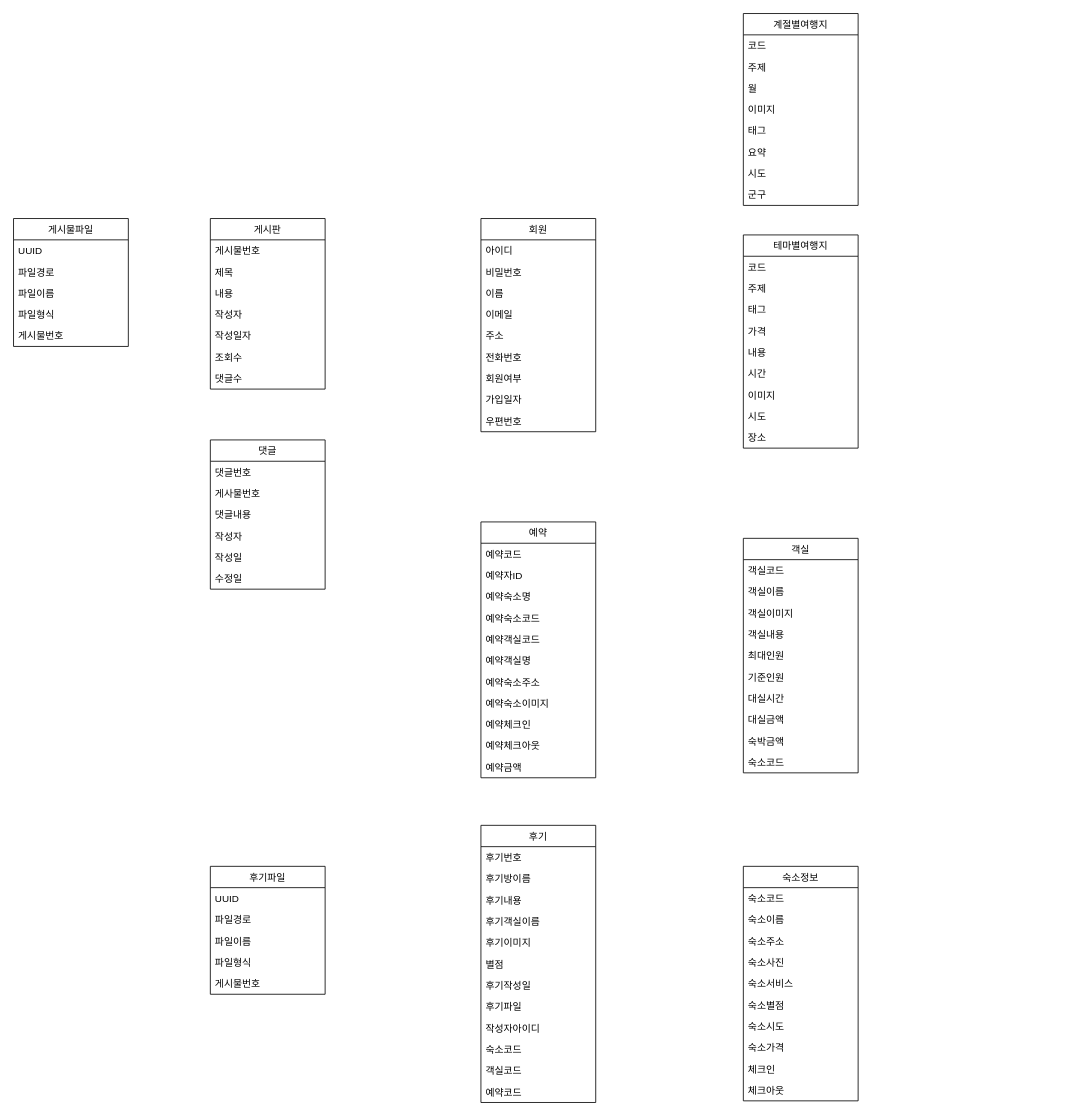
Above: Untitled Diagram111.drawio in ksoyoun02/Biz_2021_01_403_java (draw.io), before the change. Source tidied: cells renumbered, new cells numbered last; positions are measured from the earlier drawing's top-left corner, leaving out a move shared by most shapes. Both pictures are drawn from the tidied source at 82%, with x=0, y=0 at pixel (13, 13).
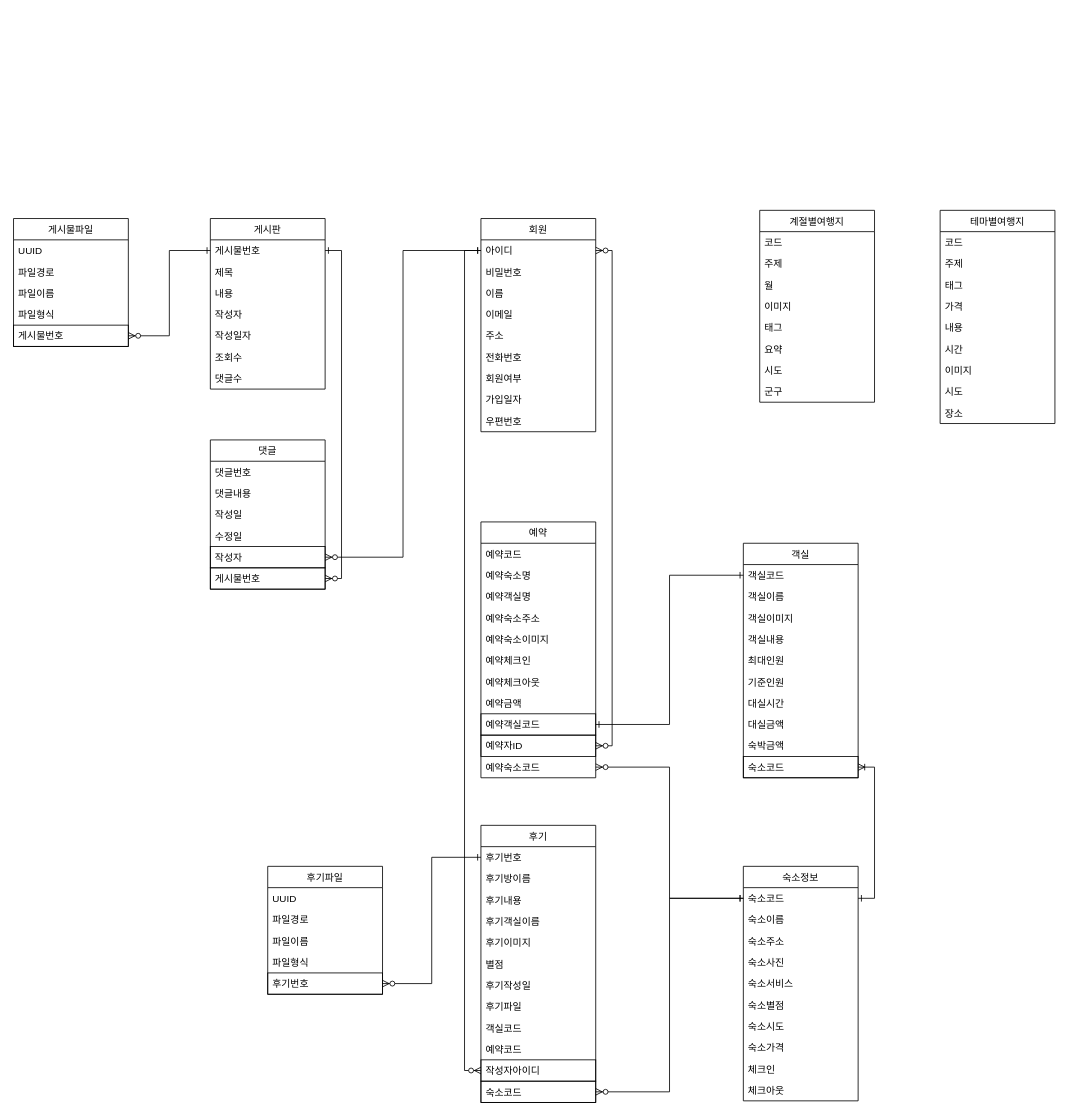
After the change.

Unchanged cells that the change refers to:
```xml
<mxCell id="3" value="아이디" style="text;strokeColor=none;fillColor=none;align=left;verticalAlign=top;spacingLeft=4;spacingRight=4;overflow=hidden;points=[[0,0.5],[1,0.5]];portConstraint=eastwest;" parent="2" vertex="1">
  <mxGeometry y="26" width="140" height="26" as="geometry" />
</mxCell>
<mxCell id="12" value="예약" style="swimlane;fontStyle=0;horizontal=1;startSize=26;" parent="1" vertex="1">
  <mxGeometry x="570" y="620" width="140" height="312" as="geometry" />
</mxCell>
<mxCell id="24" value="후기" style="swimlane;fontStyle=0;horizontal=1;startSize=26;" parent="1" vertex="1">
  <mxGeometry x="570" y="990" width="140" height="338" as="geometry" />
</mxCell>
<mxCell id="25" value="후기번호" style="text;strokeColor=none;fillColor=none;align=left;verticalAlign=top;spacingLeft=4;spacingRight=4;overflow=hidden;points=[[0,0.5],[1,0.5]];portConstraint=eastwest;" parent="24" vertex="1">
  <mxGeometry y="26" width="140" height="26" as="geometry" />
</mxCell>
<mxCell id="38" value="게시물번호" style="text;strokeColor=none;fillColor=none;align=left;verticalAlign=top;spacingLeft=4;spacingRight=4;overflow=hidden;points=[[0,0.5],[1,0.5]];portConstraint=eastwest;" parent="37" vertex="1">
  <mxGeometry y="26" width="140" height="26" as="geometry" />
</mxCell>
<mxCell id="45" value="댓글" style="swimlane;fontStyle=0;horizontal=1;startSize=26;" parent="1" vertex="1">
  <mxGeometry x="240" y="520" width="140" height="182" as="geometry" />
</mxCell>
<mxCell id="52" value="게시물파일" style="swimlane;fontStyle=0;horizontal=1;startSize=26;" parent="1" vertex="1">
  <mxGeometry y="250" width="140" height="156" as="geometry" />
</mxCell>
<mxCell id="59" value="숙소코드" style="text;strokeColor=none;fillColor=none;align=left;verticalAlign=top;spacingLeft=4;spacingRight=4;overflow=hidden;points=[[0,0.5],[1,0.5]];portConstraint=eastwest;" parent="58" vertex="1">
  <mxGeometry y="26" width="140" height="26" as="geometry" />
</mxCell>
<mxCell id="70" value="객실코드" style="text;strokeColor=none;fillColor=none;align=left;verticalAlign=top;spacingLeft=4;spacingRight=4;overflow=hidden;points=[[0,0.5],[1,0.5]];portConstraint=eastwest;" parent="69" vertex="1">
  <mxGeometry y="26" width="140" height="26" as="geometry" />
</mxCell>
```

The edit, as a diff of the source:
```diff
@@
-    <mxCell id="14" value="예약자ID" style="text;strokeColor=none;fillColor=none;align=left;verticalAlign=top;spacingLeft=4;spacingRight=4;overflow=hidden;points=[[0,0.5],[1,0.5]];portConstraint=eastwest;" parent="12" vertex="1">
-      <mxGeometry y="52" width="140" height="26" as="geometry" />
-    </mxCell>
     <mxCell id="15" value="예약숙소명" style="text;strokeColor=none;fillColor=none;align=left;verticalAlign=top;spacingLeft=4;spacingRight=4;overflow=hidden;" parent="12" vertex="1">
-      <mxGeometry y="78" width="140" height="26" as="geometry" />
+      <mxGeometry y="52" width="140" height="26" as="geometry" />
     </mxCell>
-    <mxCell id="16" value="예약숙소코드" style="text;strokeColor=none;fillColor=none;align=left;verticalAlign=top;spacingLeft=4;spacingRight=4;overflow=hidden;points=[[0,0.5],[1,0.5]];portConstraint=eastwest;" parent="12" vertex="1">
-      <mxGeometry y="104" width="140" height="26" as="geometry" />
-    </mxCell>
-    <mxCell id="17" value="예약객실코드" style="text;strokeColor=none;fillColor=none;align=left;verticalAlign=top;spacingLeft=4;spacingRight=4;overflow=hidden;points=[[0,0.5],[1,0.5]];portConstraint=eastwest;" parent="12" vertex="1">
-      <mxGeometry y="130" width="140" height="26" as="geometry" />
-    </mxCell>
     <mxCell id="18" value="예약객실명" style="text;strokeColor=none;fillColor=none;align=left;verticalAlign=top;spacingLeft=4;spacingRight=4;overflow=hidden;" parent="12" vertex="1">
-      <mxGeometry y="156" width="140" height="26" as="geometry" />
+      <mxGeometry y="78" width="140" height="26" as="geometry" />
     </mxCell>
     <mxCell id="19" value="예약숙소주소" style="text;strokeColor=none;fillColor=none;align=left;verticalAlign=top;spacingLeft=4;spacingRight=4;overflow=hidden;" parent="12" vertex="1">
-      <mxGeometry y="182" width="140" height="26" as="geometry" />
+      <mxGeometry y="104" width="140" height="26" as="geometry" />
     </mxCell>
     <mxCell id="20" value="예약숙소이미지" style="text;strokeColor=none;fillColor=none;align=left;verticalAlign=top;spacingLeft=4;spacingRight=4;overflow=hidden;" parent="12" vertex="1">
-      <mxGeometry y="208" width="140" height="26" as="geometry" />
+      <mxGeometry y="130" width="140" height="26" as="geometry" />
     </mxCell>
     <mxCell id="21" value="예약체크인" style="text;strokeColor=none;fillColor=none;align=left;verticalAlign=top;spacingLeft=4;spacingRight=4;overflow=hidden;" parent="12" vertex="1">
-      <mxGeometry y="234" width="140" height="26" as="geometry" />
+      <mxGeometry y="156" width="140" height="26" as="geometry" />
     </mxCell>
     <mxCell id="22" value="예약체크아웃" style="text;strokeColor=none;fillColor=none;align=left;verticalAlign=top;spacingLeft=4;spacingRight=4;overflow=hidden;" parent="12" vertex="1">
-      <mxGeometry y="260" width="140" height="26" as="geometry" />
+      <mxGeometry y="182" width="140" height="26" as="geometry" />
     </mxCell>
     <mxCell id="23" value="예약금액" style="text;strokeColor=none;fillColor=none;align=left;verticalAlign=top;spacingLeft=4;spacingRight=4;overflow=hidden;" parent="12" vertex="1">
-      <mxGeometry y="286" width="140" height="26" as="geometry" />
+      <mxGeometry y="208" width="140" height="26" as="geometry" />
     </mxCell>
+    <mxCell id="17" value="예약객실코드" style="text;fillColor=none;align=left;verticalAlign=top;spacingLeft=4;spacingRight=4;overflow=hidden;points=[[0,0.5],[1,0.5]];portConstraint=eastwest;strokeColor=#000000;" parent="12" vertex="1">
+      <mxGeometry y="234" width="140" height="26" as="geometry" />
+    </mxCell>
+    <mxCell id="14" value="예약자ID" style="text;fillColor=none;align=left;verticalAlign=top;spacingLeft=4;spacingRight=4;overflow=hidden;points=[[0,0.5],[1,0.5]];portConstraint=eastwest;strokeColor=#000000;" parent="12" vertex="1">
+      <mxGeometry y="260" width="140" height="26" as="geometry" />
+    </mxCell>
+    <mxCell id="16" value="예약숙소코드" style="text;strokeColor=none;fillColor=none;align=left;verticalAlign=top;spacingLeft=4;spacingRight=4;overflow=hidden;points=[[0,0.5],[1,0.5]];portConstraint=eastwest;" parent="12" vertex="1">
+      <mxGeometry y="286" width="140" height="26" as="geometry" />
+    </mxCell>
@@
+    <mxCell id="35" value="객실코드" style="text;strokeColor=none;fillColor=none;align=left;verticalAlign=top;spacingLeft=4;spacingRight=4;overflow=hidden;" parent="24" vertex="1">
+      <mxGeometry y="234" width="140" height="26" as="geometry" />
+    </mxCell>
+    <mxCell id="36" value="예약코드" style="text;strokeColor=none;fillColor=none;align=left;verticalAlign=top;spacingLeft=4;spacingRight=4;overflow=hidden;" parent="24" vertex="1">
+      <mxGeometry y="260" width="140" height="26" as="geometry" />
+    </mxCell>
-    <mxCell id="33" value="작성자아이디" style="text;strokeColor=none;fillColor=none;align=left;verticalAlign=top;spacingLeft=4;spacingRight=4;overflow=hidden;points=[[0,0.5],[1,0.5]];portConstraint=eastwest;" parent="24" vertex="1">
-      <mxGeometry y="234" width="140" height="26" as="geometry" />
+    <mxCell id="33" value="작성자아이디" style="text;fillColor=none;align=left;verticalAlign=top;spacingLeft=4;spacingRight=4;overflow=hidden;points=[[0,0.5],[1,0.5]];portConstraint=eastwest;strokeColor=#000000;" parent="24" vertex="1">
+      <mxGeometry y="286" width="140" height="26" as="geometry" />
     </mxCell>
-    <mxCell id="34" value="숙소코드" style="text;strokeColor=none;fillColor=none;align=left;verticalAlign=top;spacingLeft=4;spacingRight=4;overflow=hidden;points=[[0,0.5],[1,0.5]];portConstraint=eastwest;" parent="24" vertex="1">
-      <mxGeometry y="260" width="140" height="26" as="geometry" />
+    <mxCell id="34" value="숙소코드" style="text;fillColor=none;align=left;verticalAlign=top;spacingLeft=4;spacingRight=4;overflow=hidden;points=[[0,0.5],[1,0.5]];portConstraint=eastwest;strokeColor=#000000;" parent="24" vertex="1">
+      <mxGeometry y="312" width="140" height="26" as="geometry" />
     </mxCell>
-    <mxCell id="35" value="객실코드" style="text;strokeColor=none;fillColor=none;align=left;verticalAlign=top;spacingLeft=4;spacingRight=4;overflow=hidden;" parent="24" vertex="1">
-      <mxGeometry y="286" width="140" height="26" as="geometry" />
-    </mxCell>
-    <mxCell id="36" value="예약코드" style="text;strokeColor=none;fillColor=none;align=left;verticalAlign=top;spacingLeft=4;spacingRight=4;overflow=hidden;" parent="24" vertex="1">
-      <mxGeometry y="312" width="140" height="26" as="geometry" />
-    </mxCell>
@@
-    <mxCell id="47" value="게사물번호" style="text;strokeColor=none;fillColor=none;align=left;verticalAlign=top;spacingLeft=4;spacingRight=4;overflow=hidden;points=[[0,0.5],[1,0.5]];portConstraint=eastwest;" parent="45" vertex="1">
-      <mxGeometry y="52" width="140" height="26" as="geometry" />
-    </mxCell>
     <mxCell id="48" value="댓글내용" style="text;strokeColor=none;fillColor=none;align=left;verticalAlign=top;spacingLeft=4;spacingRight=4;overflow=hidden;" parent="45" vertex="1">
-      <mxGeometry y="78" width="140" height="26" as="geometry" />
+      <mxGeometry y="52" width="140" height="26" as="geometry" />
     </mxCell>
-    <mxCell id="49" value="작성자" style="text;strokeColor=none;fillColor=none;align=left;verticalAlign=top;spacingLeft=4;spacingRight=4;overflow=hidden;points=[[0,0.5],[1,0.5]];portConstraint=eastwest;" parent="45" vertex="1">
-      <mxGeometry y="104" width="140" height="26" as="geometry" />
-    </mxCell>
     <mxCell id="50" value="작성일" style="text;strokeColor=none;fillColor=none;align=left;verticalAlign=top;spacingLeft=4;spacingRight=4;overflow=hidden;" parent="45" vertex="1">
-      <mxGeometry y="130" width="140" height="26" as="geometry" />
+      <mxGeometry y="78" width="140" height="26" as="geometry" />
     </mxCell>
     <mxCell id="51" value="수정일" style="text;strokeColor=none;fillColor=none;align=left;verticalAlign=top;spacingLeft=4;spacingRight=4;overflow=hidden;" parent="45" vertex="1">
-      <mxGeometry y="156" width="140" height="26" as="geometry" />
+      <mxGeometry y="104" width="140" height="26" as="geometry" />
     </mxCell>
+    <mxCell id="49" value="작성자" style="text;fillColor=none;align=left;verticalAlign=top;spacingLeft=4;spacingRight=4;overflow=hidden;points=[[0,0.5],[1,0.5]];portConstraint=eastwest;strokeColor=#000000;" parent="45" vertex="1">
+      <mxGeometry y="130" width="140" height="26" as="geometry" />
+    </mxCell>
+    <mxCell id="47" value="게시물번호" style="text;fillColor=none;align=left;verticalAlign=top;spacingLeft=4;spacingRight=4;overflow=hidden;points=[[0,0.5],[1,0.5]];portConstraint=eastwest;strokeColor=#000000;" parent="45" vertex="1">
+      <mxGeometry y="156" width="140" height="26" as="geometry" />
+    </mxCell>
@@
-    <mxCell id="57" value="게시물번호" style="text;strokeColor=none;fillColor=none;align=left;verticalAlign=top;spacingLeft=4;spacingRight=4;overflow=hidden;points=[[0,0.5],[1,0.5]];portConstraint=eastwest;" parent="52" vertex="1">
+    <mxCell id="57" value="게시물번호" style="text;fillColor=none;align=left;verticalAlign=top;spacingLeft=4;spacingRight=4;overflow=hidden;points=[[0,0.5],[1,0.5]];portConstraint=eastwest;strokeColor=#000000;" parent="52" vertex="1">
       <mxGeometry y="130" width="140" height="26" as="geometry" />
     </mxCell>
@@
     <mxCell id="69" value="객실" style="swimlane;fontStyle=0;horizontal=1;startSize=26;" parent="1" vertex="1">
-      <mxGeometry x="890" y="640" width="140" height="286" as="geometry" />
+      <mxGeometry x="890" y="646" width="140" height="286" as="geometry" />
     </mxCell>
@@
-    <mxCell id="79" value="숙소코드" style="text;strokeColor=none;fillColor=none;align=left;verticalAlign=top;spacingLeft=4;spacingRight=4;overflow=hidden;points=[[0,0.5],[1,0.5]];portConstraint=eastwest;" parent="69" vertex="1">
+    <mxCell id="79" value="숙소코드" style="text;fillColor=none;align=left;verticalAlign=top;spacingLeft=4;spacingRight=4;overflow=hidden;points=[[0,0.5],[1,0.5]];portConstraint=eastwest;strokeColor=#000000;" parent="69" vertex="1">
       <mxGeometry y="260" width="140" height="26" as="geometry" />
     </mxCell>
     <mxCell id="80" value="계절별여행지" style="swimlane;fontStyle=0;horizontal=1;startSize=26;" parent="1" vertex="1">
-      <mxGeometry x="890" width="140" height="234" as="geometry" />
+      <mxGeometry x="910" y="240" width="140" height="234" as="geometry" />
     </mxCell>
@@
     <mxCell id="89" value="테마별여행지" style="swimlane;fontStyle=0;horizontal=1;startSize=26;" parent="1" vertex="1">
-      <mxGeometry x="890" y="270" width="140" height="260" as="geometry" />
+      <mxGeometry x="1130" y="240" width="140" height="260" as="geometry" />
     </mxCell>
@@
     <mxCell id="99" value="후기파일" style="swimlane;fontStyle=0;horizontal=1;startSize=26;" parent="1" vertex="1">
-      <mxGeometry x="240" y="1040" width="140" height="156" as="geometry" />
+      <mxGeometry x="310" y="1040" width="140" height="156" as="geometry" />
     </mxCell>
@@
-    <mxCell id="104" value="게시물번호" style="text;strokeColor=none;fillColor=none;align=left;verticalAlign=top;spacingLeft=4;spacingRight=4;overflow=hidden;points=[[0,0.5],[1,0.5]];portConstraint=eastwest;" parent="99" vertex="1">
+    <mxCell id="104" value="후기번호" style="text;fillColor=none;align=left;verticalAlign=top;spacingLeft=4;spacingRight=4;overflow=hidden;points=[[0,0.5],[1,0.5]];portConstraint=eastwest;strokeColor=#000000;" parent="99" vertex="1">
       <mxGeometry y="130" width="140" height="26" as="geometry" />
     </mxCell>
+    <mxCell id="105" style="edgeStyle=orthogonalEdgeStyle;rounded=0;jettySize=auto;html=1;startArrow=ERone;startFill=0;endArrow=ERzeroToMany;endFill=1;" parent="1" edge="1" source="38" target="57">
+      <mxGeometry relative="1" as="geometry" />
+    </mxCell>
+    <mxCell id="106" style="edgeStyle=orthogonalEdgeStyle;rounded=0;jettySize=auto;html=1;exitX=1;exitY=0.5;exitDx=0;exitDy=0;entryX=1;entryY=0.5;entryDx=0;entryDy=0;startArrow=ERone;startFill=0;endArrow=ERzeroToMany;endFill=1;" parent="1" edge="1" source="38" target="47">
+      <mxGeometry relative="1" as="geometry" />
+    </mxCell>
+    <mxCell id="107" style="edgeStyle=orthogonalEdgeStyle;rounded=0;jettySize=auto;html=1;entryX=1;entryY=0.5;entryDx=0;entryDy=0;startArrow=ERone;startFill=0;endArrow=ERzeroToMany;endFill=1;" parent="1" edge="1" source="3" target="49">
+      <mxGeometry relative="1" as="geometry" />
+    </mxCell>
+    <mxCell id="108" style="edgeStyle=orthogonalEdgeStyle;rounded=0;jettySize=auto;html=1;exitX=1;exitY=0.5;exitDx=0;exitDy=0;entryX=1;entryY=0.5;entryDx=0;entryDy=0;startArrow=ERzeroToMany;startFill=1;endArrow=ERzeroToMany;endFill=1;" parent="1" edge="1" source="3" target="14">
+      <mxGeometry relative="1" as="geometry" />
+    </mxCell>
+    <mxCell id="109" style="edgeStyle=orthogonalEdgeStyle;rounded=0;jettySize=auto;html=1;exitX=0;exitY=0.5;exitDx=0;exitDy=0;entryX=1;entryY=0.5;entryDx=0;entryDy=0;startArrow=ERone;startFill=0;endArrow=ERzeroToMany;endFill=1;" parent="1" edge="1" source="25" target="104">
+      <mxGeometry relative="1" as="geometry" />
+    </mxCell>
+    <mxCell id="110" style="edgeStyle=orthogonalEdgeStyle;rounded=0;jettySize=auto;html=1;exitX=0;exitY=0.5;exitDx=0;exitDy=0;startArrow=ERone;startFill=0;endArrow=ERzeroToMany;endFill=1;" parent="1" edge="1" source="59" target="34">
+      <mxGeometry relative="1" as="geometry" />
+    </mxCell>
+    <mxCell id="111" style="edgeStyle=orthogonalEdgeStyle;rounded=0;jettySize=auto;html=1;exitX=0;exitY=0.5;exitDx=0;exitDy=0;entryX=1;entryY=0.5;entryDx=0;entryDy=0;startArrow=ERone;startFill=0;endArrow=ERzeroToMany;endFill=1;" parent="1" edge="1" source="59" target="16">
+      <mxGeometry relative="1" as="geometry" />
+    </mxCell>
+    <mxCell id="112" style="edgeStyle=orthogonalEdgeStyle;rounded=0;jettySize=auto;html=1;exitX=1;exitY=0.5;exitDx=0;exitDy=0;entryX=1;entryY=0.5;entryDx=0;entryDy=0;startArrow=ERone;startFill=0;endArrow=ERoneToMany;endFill=0;" parent="1" edge="1" source="59" target="79">
+      <mxGeometry relative="1" as="geometry" />
+    </mxCell>
+    <mxCell id="113" style="edgeStyle=orthogonalEdgeStyle;rounded=0;jettySize=auto;html=1;exitX=0;exitY=0.5;exitDx=0;exitDy=0;entryX=1;entryY=0.5;entryDx=0;entryDy=0;startArrow=ERone;startFill=0;endArrow=ERone;endFill=0;" parent="1" edge="1" source="70" target="17">
+      <mxGeometry relative="1" as="geometry" />
+    </mxCell>
+    <mxCell id="114" style="edgeStyle=orthogonalEdgeStyle;rounded=0;jettySize=auto;html=1;entryX=0;entryY=0.5;entryDx=0;entryDy=0;startArrow=ERone;startFill=0;endArrow=ERzeroToMany;endFill=1;" parent="1" edge="1" source="3" target="33">
+      <mxGeometry relative="1" as="geometry" />
+    </mxCell>
```
